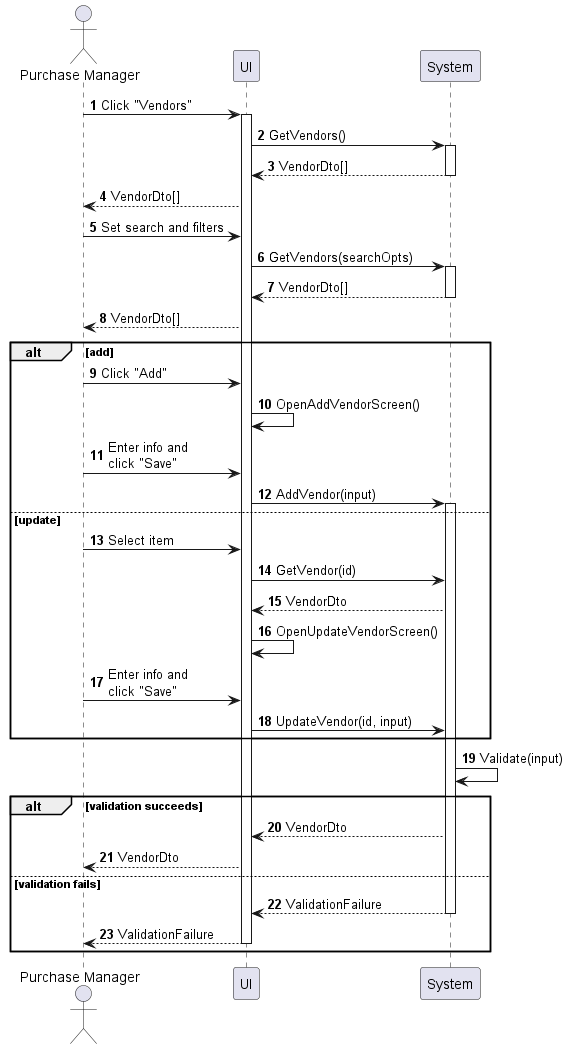
This is sequences/vendor-manage.png from phihungha/scmss-reqs, a PlantUML export, as it was before one commit.
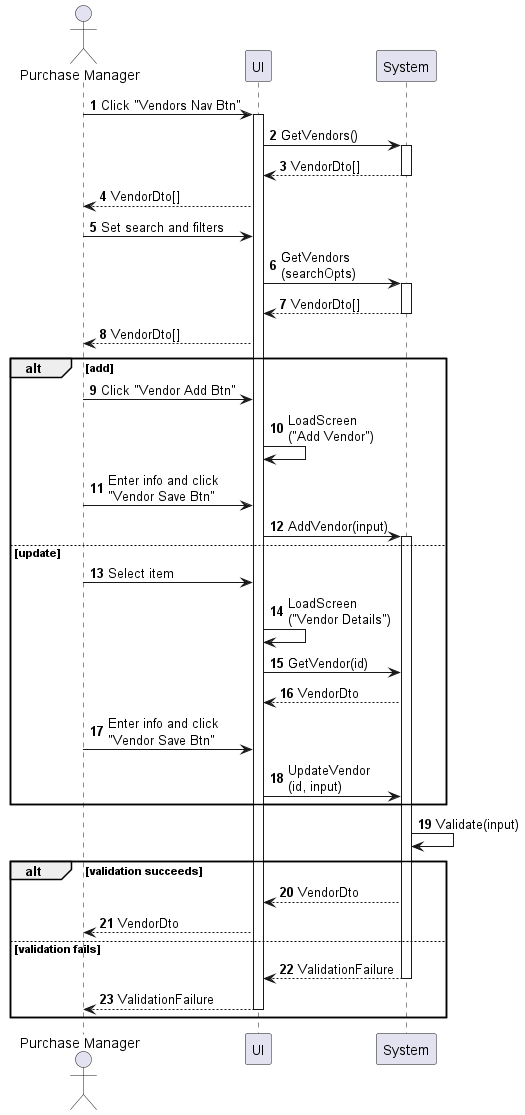
After the commit.

Diff of the diagram source:
```diff
@@ -5,31 +5,31 @@
 participant UI as f
 participant System as b
 
-a -> f : Click "Vendors"
+a -> f : Click "Vendors Nav Btn"
 activate f
 f -> b : GetVendors()
 activate b
 return VendorDto[]
 f --> a : VendorDto[]
 a -> f : Set search and filters
-f -> b : GetVendors(searchOpts)
+f -> b : GetVendors\n(searchOpts)
 activate b
 return VendorDto[]
 f --> a : VendorDto[]
 
 alt add
-    a -> f : Click "Add"
-    f -> f : OpenAddVendorScreen()
-    a -> f : Enter info and\nclick "Save"
+    a -> f : Click "Vendor Add Btn"
+    f -> f : LoadScreen\n("Add Vendor")
+    a -> f : Enter info and click\n"Vendor Save Btn"
     f -> b : AddVendor(input)
     activate b
 else update
     a -> f : Select item
+    f -> f : LoadScreen\n("Vendor Details")
     f -> b : GetVendor(id)
     b --> f : VendorDto
-    f -> f : OpenUpdateVendorScreen()
-    a -> f : Enter info and\nclick "Save"
-    f -> b : UpdateVendor(id, input)
+    a -> f : Enter info and click\n"Vendor Save Btn"
+    f -> b : UpdateVendor\n(id, input)
 end
 
 b -> b : Validate(input)
```
